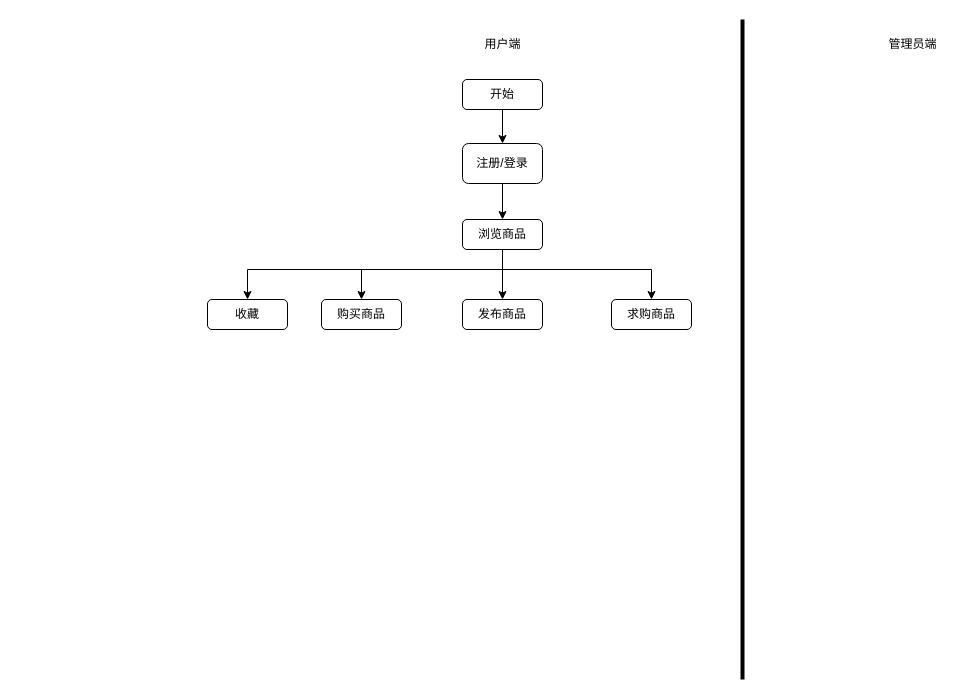
This is 跳蚤市场.drawio from amazing-a/ER, a draw.io file, before an edit. Source tidied: cells renumbered, new cells numbered last; positions are measured from the earlier drawing's top-left corner, leaving out a move shared by most shapes. Both pictures are drawn from the tidied source at 100%, with x=0, y=0 at pixel (207, 19).
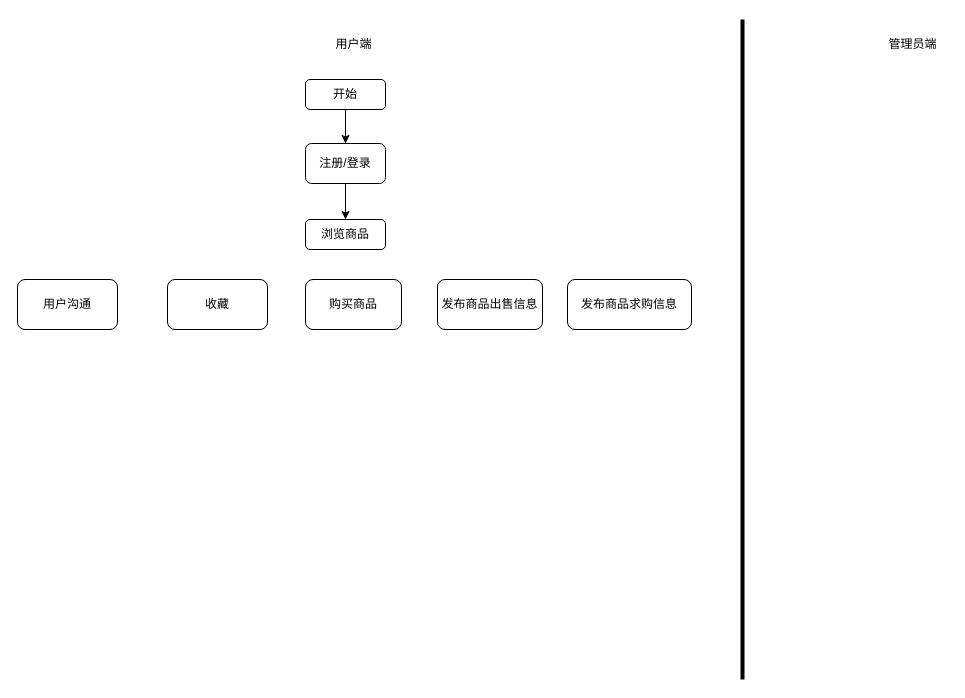
Above is the later version.

Commit message (it also covers changes not shown here):
更新跳蚤市场.drawio

What changed in the source:
```diff
@@
     <mxCell id="3" value="开始" style="rounded=1;whiteSpace=wrap;html=1;" parent="1" vertex="1">
-      <mxGeometry x="255" y="60" width="80" height="30" as="geometry" />
+      <mxGeometry x="98" y="60" width="80" height="30" as="geometry" />
     </mxCell>
     <mxCell id="4" value="用户端" style="text;html=1;align=center;verticalAlign=middle;strokeColor=none;fillColor=none;" parent="1" vertex="1">
-      <mxGeometry x="265" y="10" width="60" height="30" as="geometry" />
+      <mxGeometry x="116" y="10" width="60" height="30" as="geometry" />
     </mxCell>
@@
     <mxCell id="8" value="注册/登录" style="rounded=1;whiteSpace=wrap;html=1;" parent="1" vertex="1">
-      <mxGeometry x="255" y="124" width="80" height="40" as="geometry" />
+      <mxGeometry x="98" y="124" width="80" height="40" as="geometry" />
     </mxCell>
-    <mxCell id="9" style="edgeStyle=orthogonalEdgeStyle;rounded=0;jettySize=auto;html=1;" parent="1" edge="1" source="13" target="14">
-      <mxGeometry relative="1" as="geometry">
-        <Array as="points">
-          <mxPoint x="295" y="250" />
-          <mxPoint x="154" y="250" />
-        </Array>
-      </mxGeometry>
-    </mxCell>
-    <mxCell id="10" style="edgeStyle=orthogonalEdgeStyle;rounded=0;jettySize=auto;html=1;" parent="1" edge="1" source="13" target="15">
-      <mxGeometry relative="1" as="geometry" />
-    </mxCell>
-    <mxCell id="11" style="edgeStyle=orthogonalEdgeStyle;rounded=0;jettySize=auto;html=1;" parent="1" edge="1" source="13" target="16">
-      <mxGeometry relative="1" as="geometry">
-        <Array as="points">
-          <mxPoint x="295" y="250" />
-          <mxPoint x="444" y="250" />
-        </Array>
-      </mxGeometry>
-    </mxCell>
-    <mxCell id="12" style="edgeStyle=orthogonalEdgeStyle;rounded=0;jettySize=auto;html=1;entryX=0.5;entryY=0;entryDx=0;entryDy=0;" parent="1" edge="1" source="13" target="17">
-      <mxGeometry relative="1" as="geometry">
-        <Array as="points">
-          <mxPoint x="295" y="250" />
-          <mxPoint x="40" y="250" />
-        </Array>
-      </mxGeometry>
-    </mxCell>
     <mxCell id="13" value="浏览商品" style="rounded=1;whiteSpace=wrap;html=1;" parent="1" vertex="1">
-      <mxGeometry x="255" y="200" width="80" height="30" as="geometry" />
+      <mxGeometry x="98" y="200" width="80" height="30" as="geometry" />
     </mxCell>
     <mxCell id="14" value="购买商品" style="rounded=1;whiteSpace=wrap;html=1;" parent="1" vertex="1">
-      <mxGeometry x="114" y="280" width="80" height="30" as="geometry" />
+      <mxGeometry x="98" y="260" width="96" height="50" as="geometry" />
     </mxCell>
-    <mxCell id="15" value="发布商品" style="rounded=1;whiteSpace=wrap;html=1;" parent="1" vertex="1">
-      <mxGeometry x="255" y="280" width="80" height="30" as="geometry" />
+    <mxCell id="15" value="发布商品出售信息" style="rounded=1;whiteSpace=wrap;html=1;" parent="1" vertex="1">
+      <mxGeometry x="230" y="260" width="105" height="50" as="geometry" />
     </mxCell>
-    <mxCell id="16" value="求购商品" style="rounded=1;whiteSpace=wrap;html=1;" parent="1" vertex="1">
-      <mxGeometry x="404" y="280" width="80" height="30" as="geometry" />
+    <mxCell id="16" value="发布商品求购信息" style="rounded=1;whiteSpace=wrap;html=1;" parent="1" vertex="1">
+      <mxGeometry x="360" y="260" width="124" height="50" as="geometry" />
     </mxCell>
     <mxCell id="17" value="收藏" style="rounded=1;whiteSpace=wrap;html=1;" parent="1" vertex="1">
-      <mxGeometry y="280" width="80" height="30" as="geometry" />
+      <mxGeometry x="-40" y="260" width="100" height="50" as="geometry" />
     </mxCell>
+    <mxCell id="18" value="用户沟通" style="rounded=1;whiteSpace=wrap;html=1;" parent="1" vertex="1">
+      <mxGeometry x="-190" y="260" width="100" height="50" as="geometry" />
+    </mxCell>
```
